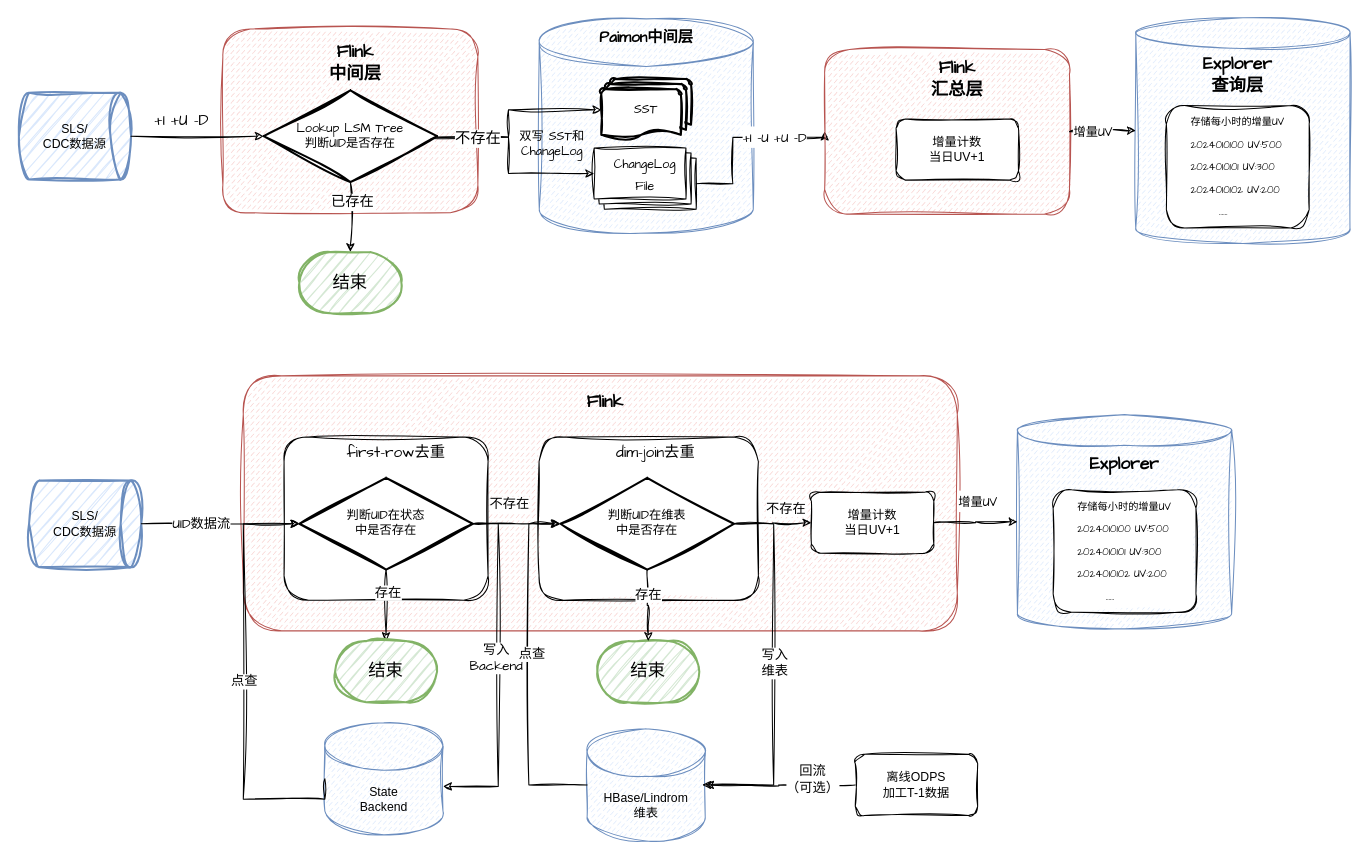
Earlier version of the draw.io diagram src/未命名绘图.drawio (1147391377/hive-udf). Source tidied: cells renumbered, new cells numbered last; positions are measured from the earlier drawing's top-left corner, leaving out a move shared by most shapes. Both pictures are drawn from the tidied source at 102%, with x=0, y=0 at pixel (18, 17).
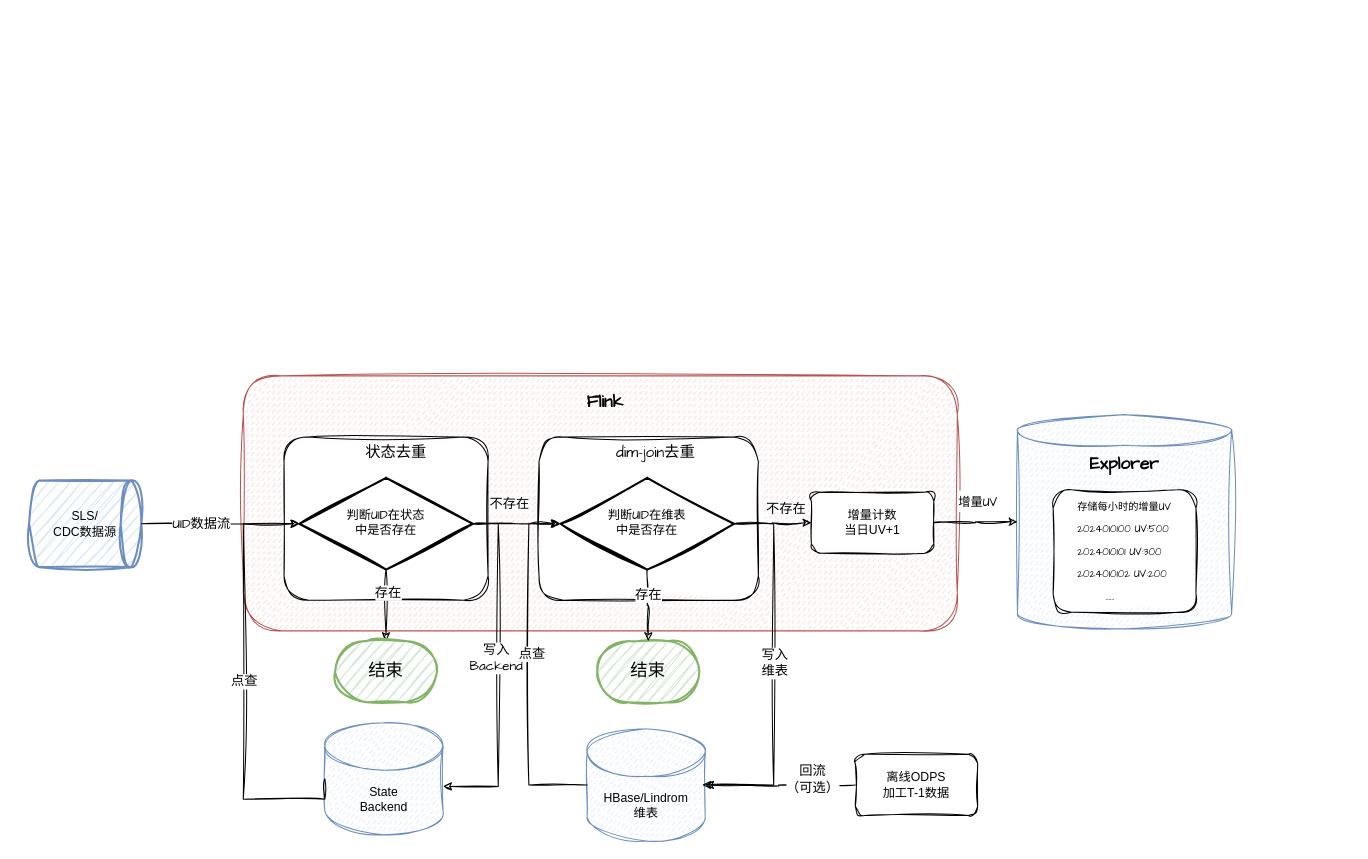
The same diagram, later.

Commit message:
更新未命名绘图.drawio

Diff of the diagram source:
```diff
@@
-    <mxCell id="5" style="shape=cylinder3;whiteSpace=wrap;html=1;boundedLbl=1;backgroundOutline=1;size=23.29629629629619;fillStyle=dashed;sketch=1;curveFitting=1;jiggle=2;fillColor=#dae8fc;strokeColor=#6c8ebf;" parent="1" vertex="1">
-      <mxGeometry x="510.2" y="1" width="209.8" height="210" as="geometry" />
-    </mxCell>
-    <mxCell id="6" value="SLS/&lt;br&gt;CDC数据源" style="strokeWidth=2;html=1;shape=mxgraph.flowchart.direct_data;whiteSpace=wrap;sketch=1;curveFitting=1;jiggle=2;fillColor=#dae8fc;strokeColor=#6c8ebf;" parent="1" vertex="1">
-      <mxGeometry y="73.5" width="110" height="85" as="geometry" />
-    </mxCell>
-    <mxCell id="7" style="rounded=1;whiteSpace=wrap;html=1;fillStyle=dashed;sketch=1;curveFitting=1;jiggle=2;fillColor=#f8cecc;strokeColor=#b85450;" parent="1" vertex="1">
-      <mxGeometry x="200" y="11" width="250" height="180" as="geometry" />
-    </mxCell>
-    <mxCell id="8" value="&lt;font face=&quot;Comic Sans MS&quot;&gt;SST&lt;/font&gt;" style="strokeWidth=2;html=1;shape=mxgraph.flowchart.multi-document;whiteSpace=wrap;sketch=1;curveFitting=1;jiggle=2;" parent="1" vertex="1">
-      <mxGeometry x="571" y="60" width="88" height="60" as="geometry" />
-    </mxCell>
-    <mxCell id="9" style="edgeStyle=orthogonalEdgeStyle;rounded=0;jettySize=auto;html=1;exitX=0.5;exitY=1;exitDx=0;exitDy=0;exitPerimeter=0;entryX=0.5;entryY=0;entryDx=0;entryDy=0;entryPerimeter=0;sketch=1;curveFitting=1;jiggle=2;" parent="1" edge="1" source="12" target="17">
-      <mxGeometry relative="1" as="geometry" />
-    </mxCell>
-    <mxCell id="10" value="已存在" style="edgeLabel;html=1;align=center;verticalAlign=middle;rounded=0;fontFamily=Comic Sans MS;fontSize=14;fontColor=default;fillColor=none;gradientColor=none;" parent="9" vertex="1">
-      <mxGeometry x="-0.44" y="1" relative="1" as="geometry" />
-    </mxCell>
-    <mxCell id="11" style="edgeStyle=orthogonalEdgeStyle;rounded=0;jettySize=auto;html=1;exitX=1;exitY=0.5;exitDx=0;exitDy=0;exitPerimeter=0;entryX=0;entryY=0.5;entryDx=0;entryDy=0;entryPerimeter=0;sketch=1;curveFitting=1;jiggle=2;" parent="1" edge="1" target="8">
-      <mxGeometry relative="1" as="geometry">
-        <mxPoint x="375" y="116.8" as="sourcePoint" />
-        <Array as="points">
-          <mxPoint x="480" y="117" />
-          <mxPoint x="480" y="90" />
-        </Array>
-      </mxGeometry>
-    </mxCell>
-    <mxCell id="12" value="Lookup LSM Tree&lt;br&gt;判断UID是否存在" style="strokeWidth=2;html=1;shape=mxgraph.flowchart.decision;whiteSpace=wrap;sketch=1;curveFitting=1;jiggle=2;fontFamily=Comic Sans MS;" parent="1" vertex="1">
-      <mxGeometry x="240" y="71" width="170" height="90" as="geometry" />
-    </mxCell>
-    <mxCell id="13" style="edgeStyle=orthogonalEdgeStyle;rounded=0;jettySize=auto;html=1;exitX=0;exitY=0;exitDx=100;exitDy=35;exitPerimeter=0;entryX=0;entryY=0.5;entryDx=0;entryDy=0;sketch=1;curveFitting=1;jiggle=2;" parent="1" edge="1" source="15" target="20">
-      <mxGeometry relative="1" as="geometry">
-        <Array as="points">
-          <mxPoint x="700" y="163" />
-          <mxPoint x="700" y="117" />
-        </Array>
-      </mxGeometry>
-    </mxCell>
-    <mxCell id="14" value="&lt;font style=&quot;font-size: 13px;&quot;&gt;+I -U +U -D&lt;/font&gt;" style="edgeLabel;html=1;align=center;verticalAlign=middle;rounded=0;fontFamily=Comic Sans MS;fontSize=17;fontColor=default;fillColor=none;gradientColor=none;" parent="13" vertex="1">
-      <mxGeometry x="0.5" y="3" relative="1" as="geometry">
-        <mxPoint x="-11" y="2" as="offset" />
-      </mxGeometry>
-    </mxCell>
-    <mxCell id="15" style="verticalLabelPosition=bottom;verticalAlign=top;html=1;shape=mxgraph.basic.layered_rect;dx=10;outlineConnect=0;whiteSpace=wrap;sketch=1;curveFitting=1;jiggle=2;" parent="1" vertex="1">
-      <mxGeometry x="564" y="127.6" width="100" height="60" as="geometry" />
-    </mxCell>
-    <mxCell id="16" style="edgeStyle=orthogonalEdgeStyle;rounded=0;jettySize=auto;html=1;exitX=1;exitY=0.5;exitDx=0;exitDy=0;exitPerimeter=0;entryX=0;entryY=0.5;entryDx=0;entryDy=0;entryPerimeter=0;sketch=1;curveFitting=1;jiggle=2;" parent="1" edge="1" source="6" target="12">
-      <mxGeometry relative="1" as="geometry" />
-    </mxCell>
-    <mxCell id="17" value="&lt;font style=&quot;font-size: 17px;&quot; face=&quot;Comic Sans MS&quot;&gt;结束&lt;/font&gt;" style="strokeWidth=2;html=1;shape=mxgraph.flowchart.terminator;whiteSpace=wrap;sketch=1;curveFitting=1;jiggle=2;fillColor=#d5e8d4;strokeColor=#82b366;" parent="1" vertex="1">
-      <mxGeometry x="275" y="229.6" width="100" height="60" as="geometry" />
-    </mxCell>
-    <mxCell id="18" style="edgeStyle=orthogonalEdgeStyle;rounded=0;jettySize=auto;html=1;exitX=1;exitY=0.5;exitDx=0;exitDy=0;exitPerimeter=0;entryX=0;entryY=0;entryDx=0;entryDy=25;entryPerimeter=0;sketch=1;curveFitting=1;jiggle=2;" parent="1" edge="1" source="12" target="15">
-      <mxGeometry relative="1" as="geometry">
-        <Array as="points">
-          <mxPoint x="480" y="117" />
-          <mxPoint x="480" y="153" />
-        </Array>
-      </mxGeometry>
-    </mxCell>
-    <mxCell id="19" value="不存在" style="edgeLabel;html=1;align=center;verticalAlign=middle;rounded=0;fontFamily=Comic Sans MS;fontSize=15;fontColor=default;fillColor=none;gradientColor=none;" parent="18" vertex="1">
-      <mxGeometry x="-0.64" y="-3" relative="1" as="geometry">
-        <mxPoint x="6" y="-3" as="offset" />
-      </mxGeometry>
-    </mxCell>
-    <mxCell id="20" style="rounded=1;whiteSpace=wrap;html=1;fillStyle=dashed;sketch=1;curveFitting=1;jiggle=2;fillColor=#f8cecc;strokeColor=#b85450;" parent="1" vertex="1">
-      <mxGeometry x="790" y="31" width="240" height="161.3" as="geometry" />
-    </mxCell>
-    <mxCell id="21" value="增量计数&lt;br&gt;当日UV+1" style="rounded=1;whiteSpace=wrap;html=1;sketch=1;curveFitting=1;jiggle=2;" parent="1" vertex="1">
-      <mxGeometry x="860" y="99.1" width="120" height="60" as="geometry" />
-    </mxCell>
-    <mxCell id="22" style="shape=cylinder3;whiteSpace=wrap;html=1;boundedLbl=1;backgroundOutline=1;size=15;fillStyle=dashed;sketch=1;curveFitting=1;jiggle=2;fillColor=#dae8fc;strokeColor=#6c8ebf;" parent="1" vertex="1">
-      <mxGeometry x="1095" width="210" height="221.3" as="geometry" />
-    </mxCell>
-    <mxCell id="23" value="Flink &lt;br&gt;中间层" style="text;html=1;align=center;verticalAlign=middle;whiteSpace=wrap;rounded=0;fontFamily=Comic Sans MS;fontSize=17;fontStyle=1;" parent="1" vertex="1">
-      <mxGeometry x="280" y="31" width="100" height="25" as="geometry" />
-    </mxCell>
-    <mxCell id="24" value="+I +U -D" style="text;html=1;align=center;verticalAlign=middle;whiteSpace=wrap;rounded=0;fontFamily=Comic Sans MS;fontSize=15;fontColor=default;" parent="1" vertex="1">
-      <mxGeometry x="120" y="86" width="80" height="30" as="geometry" />
-    </mxCell>
-    <mxCell id="25" value="&lt;font style=&quot;font-size: 12px;&quot;&gt;ChangeLog File&lt;/font&gt;" style="text;html=1;align=center;verticalAlign=middle;whiteSpace=wrap;rounded=0;fontFamily=Comic Sans MS;fontSize=17;fontColor=default;" parent="1" vertex="1">
-      <mxGeometry x="584" y="137.5" width="60" height="30" as="geometry" />
-    </mxCell>
-    <mxCell id="26" value="&lt;b&gt;Flink &lt;br&gt;汇总层&lt;/b&gt;" style="text;html=1;align=center;verticalAlign=middle;whiteSpace=wrap;rounded=0;fontFamily=Comic Sans MS;fontSize=17;" parent="1" vertex="1">
-      <mxGeometry x="870" y="47.4" width="100" height="25.6" as="geometry" />
-    </mxCell>
-    <mxCell id="27" value="&lt;b&gt;Paimon中间层&lt;/b&gt;" style="text;html=1;align=center;verticalAlign=middle;whiteSpace=wrap;rounded=0;fontFamily=Comic Sans MS;fontSize=15;strokeWidth=0;" parent="1" vertex="1">
-      <mxGeometry x="557.6" y="1" width="115" height="35" as="geometry" />
-    </mxCell>
-    <mxCell id="28" value="&lt;b&gt;Explorer 查询层&lt;/b&gt;" style="text;html=1;align=center;verticalAlign=middle;whiteSpace=wrap;rounded=0;fontFamily=Comic Sans MS;fontSize=17;" parent="1" vertex="1">
-      <mxGeometry x="1165" y="41" width="60" height="30" as="geometry" />
-    </mxCell>
-    <mxCell id="29" value="双写 SST和ChangeLog" style="text;html=1;align=center;verticalAlign=middle;whiteSpace=wrap;rounded=0;fontFamily=Comic Sans MS;fontSize=12;fontColor=default;" parent="1" vertex="1">
-      <mxGeometry x="489.2" y="116" width="68.4" height="15" as="geometry" />
-    </mxCell>
-    <mxCell id="30" value="&lt;font style=&quot;font-size: 12px;&quot;&gt;增量UV&lt;/font&gt;" style="edgeStyle=orthogonalEdgeStyle;rounded=0;jettySize=auto;html=1;exitX=1;exitY=0.5;exitDx=0;exitDy=0;entryX=0;entryY=0.5;entryDx=0;entryDy=0;entryPerimeter=0;fontFamily=Comic Sans MS;fontSize=17;fontColor=default;sketch=1;curveFitting=1;jiggle=2;" parent="1" edge="1" source="20" target="22">
-      <mxGeometry x="0.01" y="10" relative="1" as="geometry" />
-    </mxCell>
-    <mxCell id="31" value="&lt;p style=&quot;border-color: var(--border-color); font-size: 10px; text-align: left;&quot;&gt;存储每小时的增量UV&lt;/p&gt;&lt;p style=&quot;border-color: var(--border-color); font-size: 10px; text-align: left;&quot;&gt;2024010100 UV:500&lt;/p&gt;&lt;p style=&quot;border-color: var(--border-color); font-size: 10px; text-align: left;&quot;&gt;2024010101 UV:300&lt;/p&gt;&lt;p style=&quot;border-color: var(--border-color); font-size: 10px; text-align: left;&quot;&gt;2024010102 UV:200&lt;/p&gt;&lt;p style=&quot;border-color: var(--border-color); font-size: 10px; text-align: left;&quot;&gt;&lt;span style=&quot;white-space: pre;&quot;&gt;&amp;nbsp;&amp;nbsp;&amp;nbsp;&amp;nbsp;&lt;/span&gt;&amp;nbsp; &amp;nbsp;……&lt;/p&gt;" style="rounded=1;whiteSpace=wrap;html=1;align=center;verticalAlign=middle;fontFamily=Comic Sans MS;fontSize=17;fontColor=default;fillColor=default;gradientColor=none;sketch=1;curveFitting=1;jiggle=2;" parent="1" vertex="1">
-      <mxGeometry x="1125" y="86" width="140" height="120" as="geometry" />
-    </mxCell>
@@
-    <mxCell id="63" value="first-row去重" style="text;html=1;align=center;verticalAlign=middle;whiteSpace=wrap;rounded=0;fontFamily=Comic Sans MS;fontSize=15;" parent="1" vertex="1">
+    <mxCell id="63" value="状态去重" style="text;html=1;align=center;verticalAlign=middle;whiteSpace=wrap;rounded=0;fontFamily=Comic Sans MS;fontSize=15;" parent="1" vertex="1">
       <mxGeometry x="320" y="411" width="100" height="30" as="geometry" />
     </mxCell>
```
